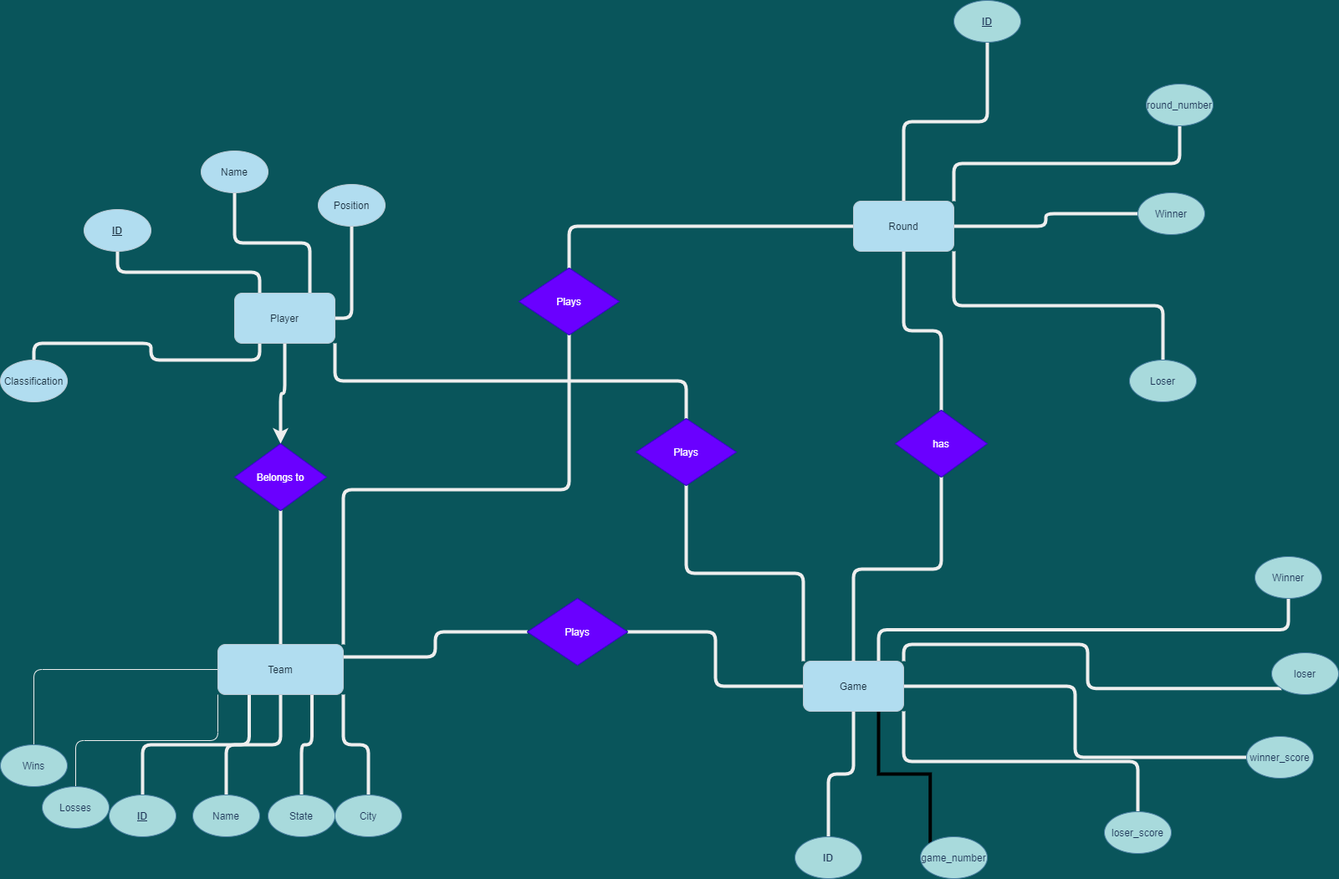
This is er_diagram/tournament.png from DejunJackson/Tournamentdb, a draw.io export, as it was before one commit. Source tidied: cells renumbered, new cells last; positions are measured from the earlier drawing's top-left corner, leaving out a move shared by most shapes.
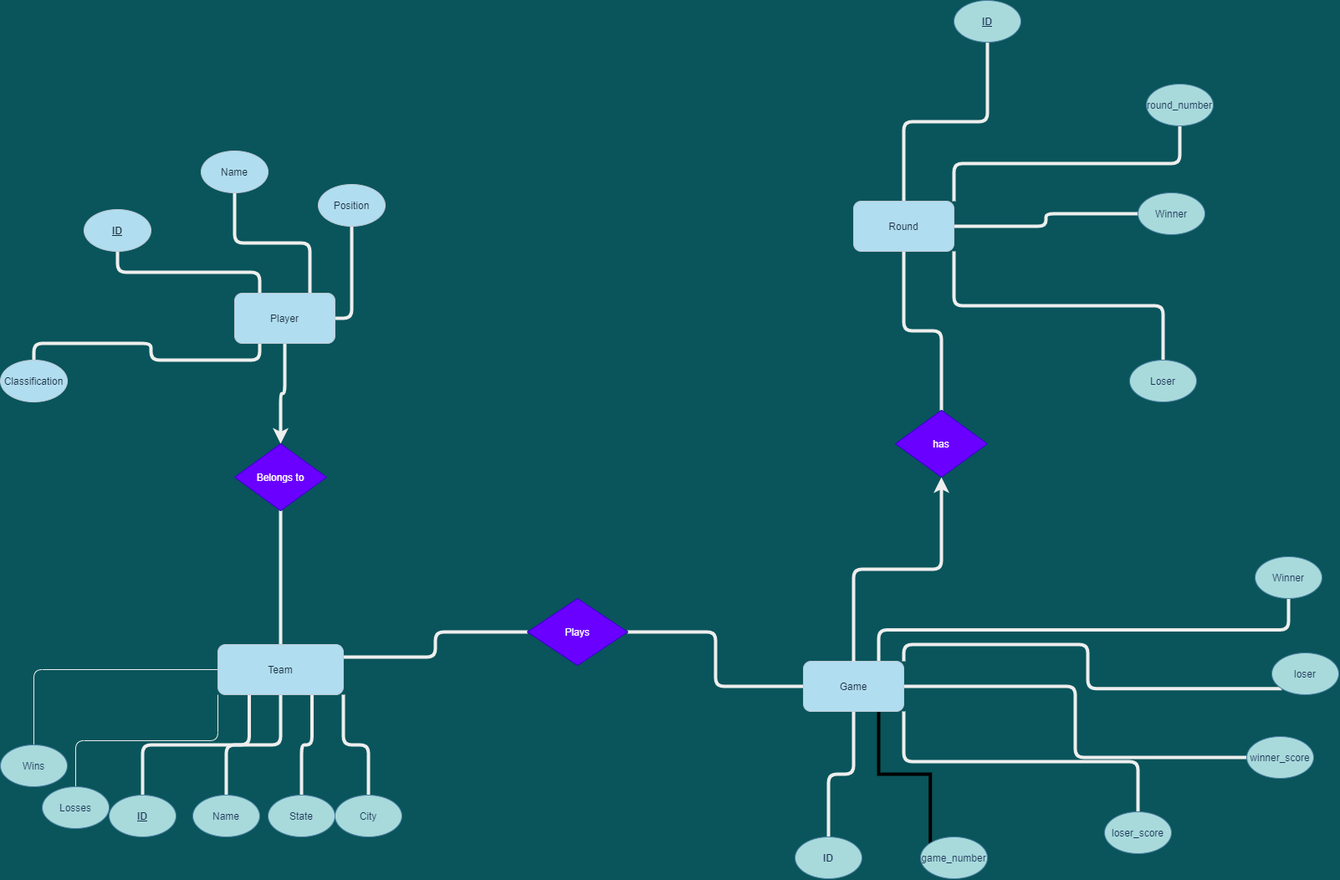
The same file after the commit.

Commit message:
fix ER diagram and add sql file of my database

What changed in the source:
```diff
@@ -17,9 +17,6 @@
     <mxCell id="6" style="edgeStyle=orthogonalEdgeStyle;curved=0;rounded=1;sketch=0;jettySize=auto;html=1;exitX=0.5;exitY=1;exitDx=0;exitDy=0;entryX=0.5;entryY=0;entryDx=0;entryDy=0;fontColor=#FFFFFF;strokeColor=#EEEEEE;strokeWidth=4;" parent="1" edge="1" source="8" target="52">
       <mxGeometry relative="1" as="geometry" />
     </mxCell>
-    <mxCell id="7" style="edgeStyle=orthogonalEdgeStyle;curved=0;rounded=1;sketch=0;jettySize=auto;html=1;exitX=1;exitY=1;exitDx=0;exitDy=0;fontColor=#FFFFFF;strokeColor=#EEEEEE;strokeWidth=4;endArrow=none;endFill=0;" parent="1" edge="1" source="8" target="60">
-      <mxGeometry relative="1" as="geometry" />
-    </mxCell>
     <mxCell id="8" value="Player" style="rounded=1;whiteSpace=wrap;html=1;sketch=0;fontColor=#182E3E;strokeColor=#BAC8D3;fillColor=#B1DDF0;" parent="1" vertex="1">
       <mxGeometry x="280" y="350" width="120" height="60" as="geometry" />
     </mxCell>
@@ -41,9 +38,6 @@
     <mxCell id="14" style="edgeStyle=orthogonalEdgeStyle;curved=0;rounded=1;sketch=0;jettySize=auto;html=1;exitX=1;exitY=0;exitDx=0;exitDy=0;entryX=0;entryY=1;entryDx=0;entryDy=0;fontColor=#FFFFFF;strokeColor=#EEEEEE;strokeWidth=4;endArrow=none;endFill=0;" parent="1" edge="1" source="17" target="56">
       <mxGeometry relative="1" as="geometry" />
     </mxCell>
-    <mxCell id="15" style="edgeStyle=orthogonalEdgeStyle;curved=0;rounded=1;sketch=0;jettySize=auto;html=1;exitX=0;exitY=0;exitDx=0;exitDy=0;entryX=0.5;entryY=1;entryDx=0;entryDy=0;fontColor=#FFFFFF;strokeColor=#EEEEEE;endArrow=none;endFill=0;strokeWidth=4;" parent="1" edge="1" source="17" target="60">
-      <mxGeometry relative="1" as="geometry" />
-    </mxCell>
     <mxCell id="16" style="edgeStyle=orthogonalEdgeStyle;rounded=0;jettySize=auto;html=1;exitX=0.75;exitY=1;exitDx=0;exitDy=0;entryX=0;entryY=0;entryDx=0;entryDy=0;endArrow=none;endFill=0;strokeWidth=4;" parent="1" edge="1" source="17" target="61">
       <mxGeometry relative="1" as="geometry" />
     </mxCell>
@@ -65,9 +59,6 @@
     <mxCell id="22" style="edgeStyle=orthogonalEdgeStyle;curved=0;rounded=1;sketch=0;jettySize=auto;html=1;fontColor=#FFFFFF;strokeColor=#EEEEEE;strokeWidth=4;endArrow=none;endFill=0;" parent="1" edge="1" source="24" target="58">
       <mxGeometry relative="1" as="geometry" />
     </mxCell>
-    <mxCell id="23" style="edgeStyle=orthogonalEdgeStyle;curved=0;rounded=1;sketch=0;jettySize=auto;html=1;exitX=0;exitY=0.5;exitDx=0;exitDy=0;fontColor=#FFFFFF;strokeColor=#EEEEEE;strokeWidth=4;endArrow=none;endFill=0;" parent="1" edge="1" source="24" target="59">
-      <mxGeometry relative="1" as="geometry" />
-    </mxCell>
     <mxCell id="24" value="Round" style="rounded=1;whiteSpace=wrap;html=1;sketch=0;fontColor=#182E3E;strokeColor=#BAC8D3;fillColor=#B1DDF0;" parent="1" vertex="1">
       <mxGeometry x="1020" y="240" width="120" height="60" as="geometry" />
     </mxCell>
@@ -95,9 +86,6 @@
     <mxCell id="32" style="edgeStyle=orthogonalEdgeStyle;curved=0;rounded=1;sketch=0;jettySize=auto;html=1;exitX=1;exitY=0.25;exitDx=0;exitDy=0;entryX=0;entryY=0.5;entryDx=0;entryDy=0;fontColor=#FFFFFF;strokeColor=#EEEEEE;strokeWidth=4;endArrow=none;endFill=0;" parent="1" edge="1" source="34" target="53">
       <mxGeometry relative="1" as="geometry" />
     </mxCell>
-    <mxCell id="33" style="edgeStyle=orthogonalEdgeStyle;curved=0;rounded=1;sketch=0;jettySize=auto;html=1;exitX=1;exitY=0;exitDx=0;exitDy=0;fontColor=#FFFFFF;strokeColor=#EEEEEE;entryX=0.5;entryY=1;entryDx=0;entryDy=0;strokeWidth=4;endArrow=none;endFill=0;" parent="1" edge="1" source="34" target="59">
-      <mxGeometry relative="1" as="geometry" />
-    </mxCell>
     <mxCell id="34" value="Team" style="rounded=1;whiteSpace=wrap;html=1;sketch=0;fontColor=#182E3E;strokeColor=#BAC8D3;fillColor=#B1DDF0;" parent="1" vertex="1">
       <mxGeometry x="260" y="770" width="150" height="60" as="geometry" />
     </mxCell>
@@ -167,18 +155,12 @@
     <mxCell id="56" value="loser" style="ellipse;whiteSpace=wrap;html=1;rounded=0;sketch=0;fontColor=#1D3557;strokeColor=#457B9D;fillColor=#A8DADC;" parent="1" vertex="1">
       <mxGeometry x="1520" y="780" width="80" height="50" as="geometry" />
     </mxCell>
-    <mxCell id="57" style="edgeStyle=orthogonalEdgeStyle;curved=0;rounded=1;sketch=0;jettySize=auto;html=1;fontColor=#FFFFFF;strokeColor=#EEEEEE;endArrow=none;endFill=0;strokeWidth=4;" parent="1" edge="1" source="58" target="17">
+    <mxCell id="57" style="edgeStyle=orthogonalEdgeStyle;curved=0;rounded=1;sketch=0;jettySize=auto;html=1;fontColor=#FFFFFF;strokeColor=#EEEEEE;endArrow=none;endFill=0;strokeWidth=4;startArrow=classic;startFill=1;" parent="1" edge="1" source="58" target="17">
       <mxGeometry relative="1" as="geometry" />
     </mxCell>
     <mxCell id="58" value="has" style="rhombus;whiteSpace=wrap;html=1;rounded=0;sketch=0;fontColor=#ffffff;strokeColor=#3700CC;fillColor=#6a00ff;" parent="1" vertex="1">
       <mxGeometry x="1070" y="490" width="110" height="80" as="geometry" />
     </mxCell>
-    <mxCell id="59" value="Plays" style="rhombus;whiteSpace=wrap;html=1;rounded=0;sketch=0;fontColor=#ffffff;strokeColor=#3700CC;fillColor=#6a00ff;" parent="1" vertex="1">
-      <mxGeometry x="620" y="320" width="120" height="80" as="geometry" />
-    </mxCell>
-    <mxCell id="60" value="Plays" style="rhombus;whiteSpace=wrap;html=1;rounded=0;sketch=0;fontColor=#ffffff;strokeColor=#3700CC;fillColor=#6a00ff;" parent="1" vertex="1">
-      <mxGeometry x="760" y="500" width="120" height="80" as="geometry" />
-    </mxCell>
     <mxCell id="61" value="game_number" style="ellipse;whiteSpace=wrap;html=1;rounded=0;sketch=0;fontColor=#1D3557;strokeColor=#457B9D;fillColor=#A8DADC;" parent="1" vertex="1">
       <mxGeometry x="1100" y="1000" width="80" height="50" as="geometry" />
     </mxCell>
```
